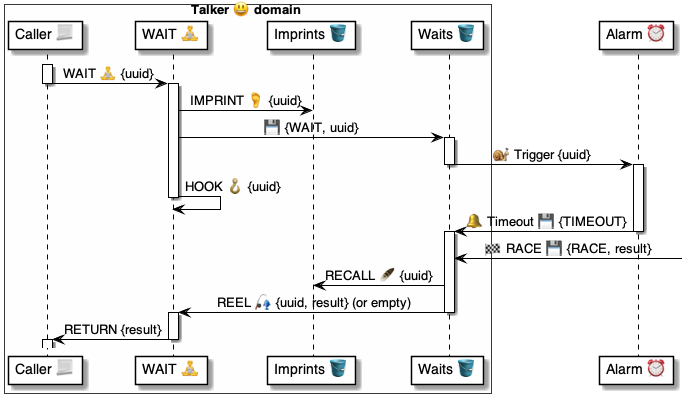
The PlantUML diagram 4 ⚙️ Solution/37 Scripts 📃/📃 Commands ⌘/⌘ for async/WAIT 🧘/🧘 WAIT ⚙️ uml.png in pollyweb-org/pollyweb-docs, before a commit. Its source is kept beside it as 4 ⚙️ Solution/37 Scripts 📃/📃 Commands ⌘/⌘ for async/WAIT 🧘/🧘 WAIT ⚙️ uml.puml.
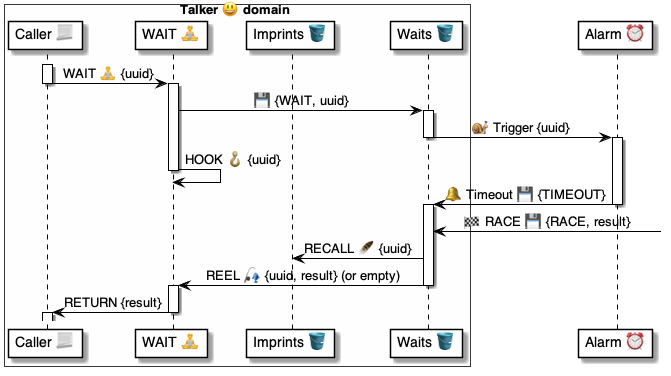
The same file after the commit.

Diff of the diagram source:
```diff
@@ -13,8 +13,6 @@
 deactivate script
 
 activate wait
-    wait -> imprints: IMPRINT 🦶 {uuid}
-
     wait -> waits: 💾 {WAIT, uuid}
     activate waits
         waits -> alarm: 🐌 Trigger {uuid}
```
